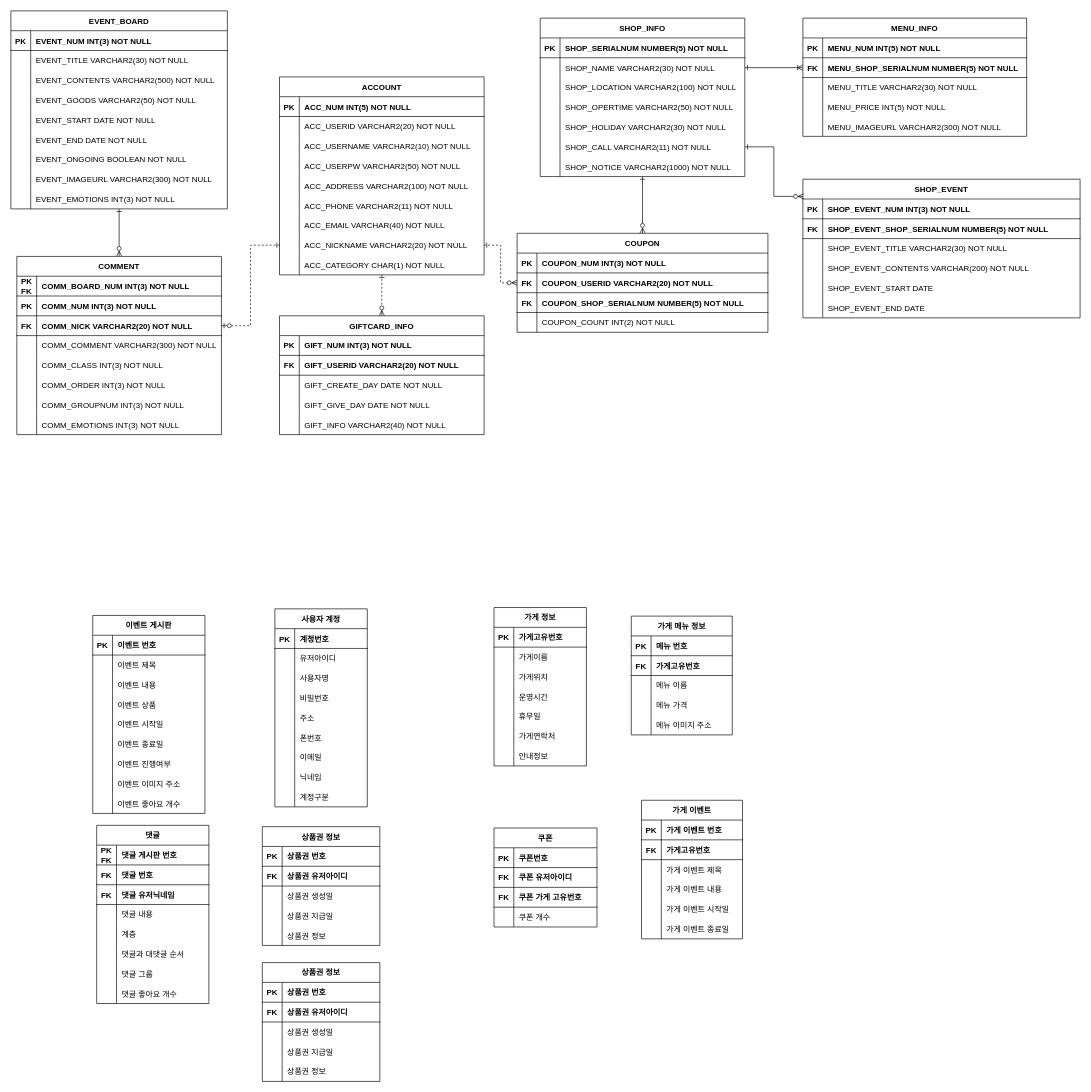
jgy2808/TERM_Project keeps this draw.io diagram as page "ENGLISH" (1 of 2) of ERD_capstone.drawio. Above is the earlier version. Source tidied: cells renumbered, new cells numbered last; positions are measured from the earlier drawing's top-left corner, leaving out a move shared by most shapes. Both pictures are drawn from the tidied source at 66%, with x=0, y=0 at pixel (11, 11).
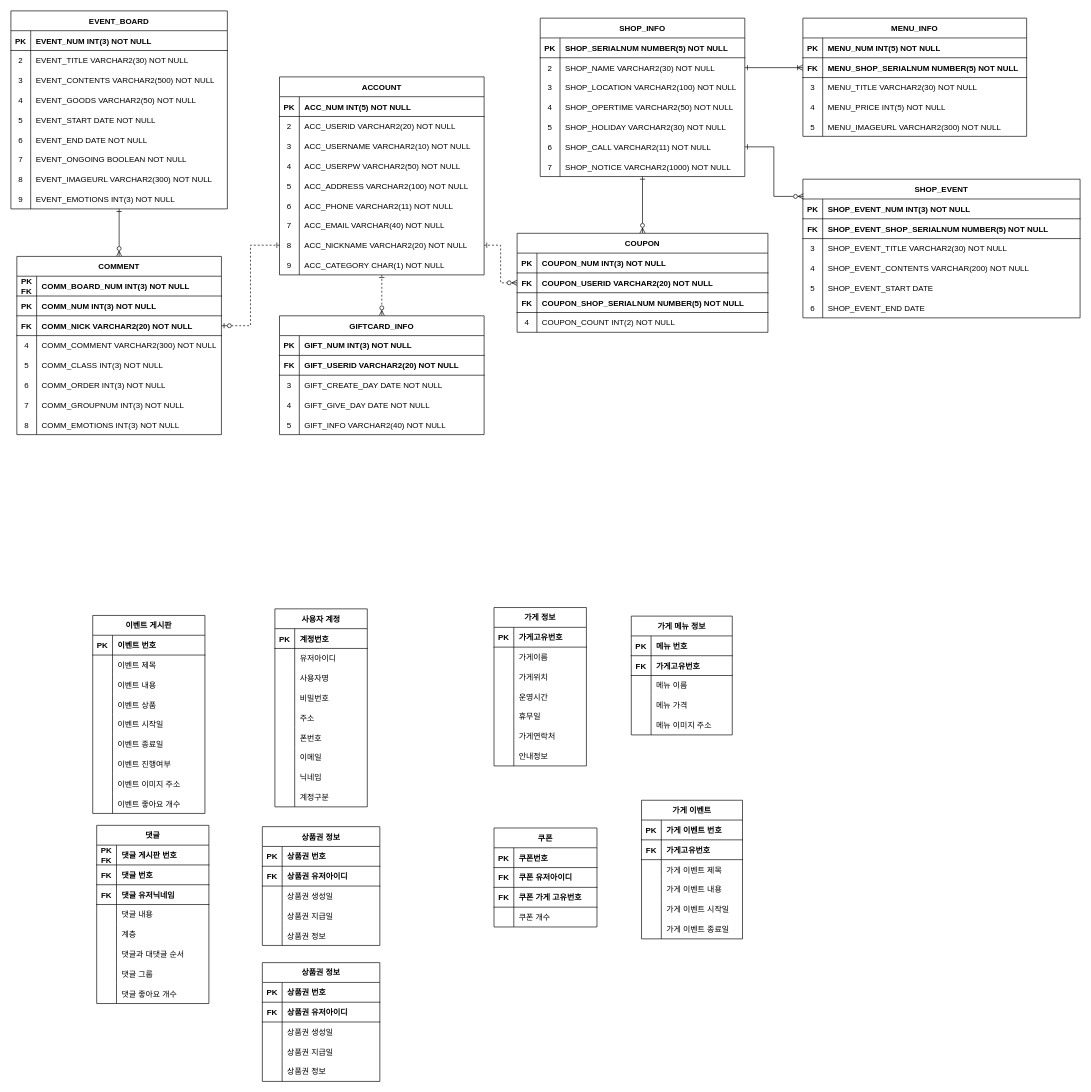
Above is the later version.

The change refers to these unchanged cells:
```xml
<mxCell id="7" style="shape=partialRectangle;fillColor=none;top=0;left=0;right=0;bottom=0;" parent="3" vertex="1">
<mxCell id="10" style="shape=partialRectangle;fillColor=none;top=0;left=0;right=0;bottom=0;" parent="3" vertex="1">
<mxCell id="13" style="shape=partialRectangle;fillColor=none;top=0;left=0;right=0;bottom=0;" parent="3" vertex="1">
<mxCell id="16" style="shape=partialRectangle;fillColor=none;top=0;left=0;right=0;bottom=0;" parent="3" vertex="1">
<mxCell id="19" style="shape=partialRectangle;fillColor=none;top=0;left=0;right=0;bottom=0;" parent="3" vertex="1">
<mxCell id="22" style="shape=partialRectangle;fillColor=none;top=0;left=0;right=0;bottom=0;" parent="3" vertex="1">
<mxCell id="25" style="shape=partialRectangle;fillColor=none;points=[[0,0.5],[1,0.5]];portConstraint=eastwest;top=0;left=0;right=0;bottom=0;" parent="3" vertex="1">
<mxCell id="28" style="shape=partialRectangle;fillColor=none;top=0;left=0;right=0;bottom=0;" parent="3" vertex="1">
<mxCell id="36" style="shape=partialRectangle;fillColor=none;top=0;left=0;right=0;bottom=0;" parent="32" vertex="1">
<mxCell id="39" style="shape=partialRectangle;fillColor=none;top=0;left=0;right=0;bottom=0;" parent="32" vertex="1">
<mxCell id="42" style="shape=partialRectangle;fillColor=none;top=0;left=0;right=0;bottom=0;" parent="32" vertex="1">
<mxCell id="45" style="shape=partialRectangle;fillColor=none;top=0;left=0;right=0;bottom=0;" parent="32" vertex="1">
<mxCell id="48" style="shape=partialRectangle;fillColor=none;top=0;left=0;right=0;bottom=0;" parent="32" vertex="1">
<mxCell id="51" style="shape=partialRectangle;fillColor=none;top=0;left=0;right=0;bottom=0;" parent="32" vertex="1">
<mxCell id="54" style="shape=partialRectangle;fillColor=none;top=0;left=0;right=0;bottom=0;" parent="32" vertex="1">
<mxCell id="57" style="shape=partialRectangle;fillColor=none;top=0;left=0;right=0;bottom=0;" parent="32" vertex="1">
<mxCell id="65" style="shape=partialRectangle;fillColor=none;points=[[0,0.5],[1,0.5]];portConstraint=eastwest;top=0;left=0;right=0;bottom=0;" parent="61" vertex="1">
<mxCell id="68" style="shape=partialRectangle;fillColor=none;top=0;left=0;right=0;bottom=0;" parent="61" vertex="1">
<mxCell id="71" style="shape=partialRectangle;fillColor=none;top=0;left=0;right=0;bottom=0;" parent="61" vertex="1">
<mxCell id="74" style="shape=partialRectangle;fillColor=none;top=0;left=0;right=0;bottom=0;" parent="61" vertex="1">
<mxCell id="77" style="shape=partialRectangle;fillColor=none;points=[[0,0.5],[1,0.5]];portConstraint=eastwest;top=0;left=0;right=0;bottom=0;" parent="61" vertex="1">
<mxCell id="80" style="shape=partialRectangle;fillColor=none;top=0;left=0;right=0;bottom=0;" parent="61" vertex="1">
<mxCell id="93" style="shape=partialRectangle;fillColor=none;top=0;left=0;right=0;bottom=0;" parent="83" vertex="1">
<mxCell id="96" style="shape=partialRectangle;fillColor=none;top=0;left=0;right=0;bottom=0;" parent="83" vertex="1">
<mxCell id="99" style="shape=partialRectangle;fillColor=none;top=0;left=0;right=0;bottom=0;" parent="83" vertex="1">
<mxCell id="102" style="shape=partialRectangle;fillColor=none;top=0;left=0;right=0;bottom=0;" parent="83" vertex="1">
<mxCell id="105" style="shape=partialRectangle;fillColor=none;top=0;left=0;right=0;bottom=0;" parent="83" vertex="1">
<mxCell id="218" style="shape=partialRectangle;fillColor=none;top=0;left=0;right=0;bottom=0;" parent="211" vertex="1">
<mxCell id="221" style="shape=partialRectangle;fillColor=none;top=0;left=0;right=0;bottom=0;" parent="211" vertex="1">
<mxCell id="224" style="shape=partialRectangle;fillColor=none;top=0;left=0;right=0;bottom=0;" parent="211" vertex="1">
<mxCell id="253" style="shape=partialRectangle;fillColor=none;top=0;left=0;right=0;bottom=0;" parent="243" vertex="1">
<mxCell id="264" style="shape=partialRectangle;fillColor=none;top=0;left=0;right=0;bottom=0;" parent="257" vertex="1">
<mxCell id="267" style="shape=partialRectangle;fillColor=none;top=0;left=0;right=0;bottom=0;" parent="257" vertex="1">
<mxCell id="270" style="shape=partialRectangle;fillColor=none;top=0;left=0;right=0;bottom=0;" parent="257" vertex="1">
<mxCell id="309" style="shape=partialRectangle;fillColor=none;top=0;left=0;right=0;bottom=0;" parent="302" vertex="1">
<mxCell id="312" style="shape=partialRectangle;fillColor=none;top=0;left=0;right=0;bottom=0;" parent="302" vertex="1">
<mxCell id="315" style="shape=partialRectangle;fillColor=none;top=0;left=0;right=0;bottom=0;" parent="302" vertex="1">
<mxCell id="318" style="shape=partialRectangle;fillColor=none;top=0;left=0;right=0;bottom=0;" parent="302" vertex="1">
```

The edit, as a diff of the source:
```diff
@@
-    <mxCell id="8" style="shape=partialRectangle;overflow=hidden;fillColor=none;top=0;left=0;bottom=0;right=0;" parent="7" vertex="1">
+    <mxCell id="8" value="2" style="shape=partialRectangle;overflow=hidden;fillColor=none;top=0;left=0;bottom=0;right=0;" parent="7" vertex="1">
       <mxGeometry width="30" height="30" as="geometry" />
     </mxCell>
@@
-    <mxCell id="11" style="shape=partialRectangle;overflow=hidden;fillColor=none;top=0;left=0;bottom=0;right=0;" parent="10" vertex="1">
+    <mxCell id="11" value="3" style="shape=partialRectangle;overflow=hidden;fillColor=none;top=0;left=0;bottom=0;right=0;" parent="10" vertex="1">
       <mxGeometry width="30" height="30" as="geometry" />
     </mxCell>
@@
-    <mxCell id="14" style="shape=partialRectangle;overflow=hidden;fillColor=none;top=0;left=0;bottom=0;right=0;" parent="13" vertex="1">
+    <mxCell id="14" value="4" style="shape=partialRectangle;overflow=hidden;fillColor=none;top=0;left=0;bottom=0;right=0;" parent="13" vertex="1">
       <mxGeometry width="30" height="30" as="geometry" />
     </mxCell>
@@
-    <mxCell id="17" style="shape=partialRectangle;overflow=hidden;fillColor=none;top=0;left=0;bottom=0;right=0;" parent="16" vertex="1">
+    <mxCell id="17" value="5" style="shape=partialRectangle;overflow=hidden;fillColor=none;top=0;left=0;bottom=0;right=0;" parent="16" vertex="1">
       <mxGeometry width="30" height="30" as="geometry" />
     </mxCell>
@@
-    <mxCell id="20" style="shape=partialRectangle;overflow=hidden;fillColor=none;top=0;left=0;bottom=0;right=0;" parent="19" vertex="1">
+    <mxCell id="20" value="6" style="shape=partialRectangle;overflow=hidden;fillColor=none;top=0;left=0;bottom=0;right=0;" parent="19" vertex="1">
       <mxGeometry width="30" height="30" as="geometry" />
     </mxCell>
@@
-    <mxCell id="23" style="shape=partialRectangle;overflow=hidden;fillColor=none;top=0;left=0;bottom=0;right=0;" parent="22" vertex="1">
+    <mxCell id="23" value="7" style="shape=partialRectangle;overflow=hidden;fillColor=none;top=0;left=0;bottom=0;right=0;" parent="22" vertex="1">
       <mxGeometry width="30" height="30" as="geometry" />
     </mxCell>
@@
-    <mxCell id="26" style="shape=partialRectangle;overflow=hidden;fillColor=none;top=0;left=0;bottom=0;right=0;" parent="25" vertex="1">
+    <mxCell id="26" value="8" style="shape=partialRectangle;overflow=hidden;fillColor=none;top=0;left=0;bottom=0;right=0;" parent="25" vertex="1">
       <mxGeometry width="30" height="30" as="geometry" />
     </mxCell>
@@
-    <mxCell id="29" style="shape=partialRectangle;overflow=hidden;fillColor=none;top=0;left=0;bottom=0;right=0;" parent="28" vertex="1">
+    <mxCell id="29" value="9" style="shape=partialRectangle;overflow=hidden;fillColor=none;top=0;left=0;bottom=0;right=0;" parent="28" vertex="1">
       <mxGeometry width="30" height="30" as="geometry" />
     </mxCell>
@@
-    <mxCell id="37" style="shape=partialRectangle;overflow=hidden;fillColor=none;top=0;left=0;bottom=0;right=0;" parent="36" vertex="1">
+    <mxCell id="37" value="2" style="shape=partialRectangle;overflow=hidden;fillColor=none;top=0;left=0;bottom=0;right=0;" parent="36" vertex="1">
       <mxGeometry width="30" height="30" as="geometry" />
     </mxCell>
@@
-    <mxCell id="40" style="shape=partialRectangle;overflow=hidden;fillColor=none;top=0;left=0;bottom=0;right=0;" parent="39" vertex="1">
+    <mxCell id="40" value="3" style="shape=partialRectangle;overflow=hidden;fillColor=none;top=0;left=0;bottom=0;right=0;" parent="39" vertex="1">
       <mxGeometry width="30" height="30" as="geometry" />
     </mxCell>
@@
-    <mxCell id="43" style="shape=partialRectangle;overflow=hidden;fillColor=none;top=0;left=0;bottom=0;right=0;" parent="42" vertex="1">
+    <mxCell id="43" value="4" style="shape=partialRectangle;overflow=hidden;fillColor=none;top=0;left=0;bottom=0;right=0;" parent="42" vertex="1">
       <mxGeometry width="30" height="30" as="geometry" />
     </mxCell>
@@
-    <mxCell id="46" style="shape=partialRectangle;overflow=hidden;fillColor=none;top=0;left=0;bottom=0;right=0;" parent="45" vertex="1">
+    <mxCell id="46" value="5" style="shape=partialRectangle;overflow=hidden;fillColor=none;top=0;left=0;bottom=0;right=0;" parent="45" vertex="1">
       <mxGeometry width="30" height="30" as="geometry" />
     </mxCell>
@@
-    <mxCell id="49" style="shape=partialRectangle;overflow=hidden;fillColor=none;top=0;left=0;bottom=0;right=0;" parent="48" vertex="1">
+    <mxCell id="49" value="6" style="shape=partialRectangle;overflow=hidden;fillColor=none;top=0;left=0;bottom=0;right=0;" parent="48" vertex="1">
       <mxGeometry width="30" height="30" as="geometry" />
     </mxCell>
@@
-    <mxCell id="52" style="shape=partialRectangle;overflow=hidden;fillColor=none;top=0;left=0;bottom=0;right=0;" parent="51" vertex="1">
+    <mxCell id="52" value="7" style="shape=partialRectangle;overflow=hidden;fillColor=none;top=0;left=0;bottom=0;right=0;" parent="51" vertex="1">
       <mxGeometry width="30" height="30" as="geometry" />
     </mxCell>
@@
-    <mxCell id="55" style="shape=partialRectangle;overflow=hidden;fillColor=none;top=0;left=0;bottom=0;right=0;" parent="54" vertex="1">
+    <mxCell id="55" value="8" style="shape=partialRectangle;overflow=hidden;fillColor=none;top=0;left=0;bottom=0;right=0;" parent="54" vertex="1">
       <mxGeometry width="30" height="30" as="geometry" />
     </mxCell>
@@
-    <mxCell id="58" style="shape=partialRectangle;overflow=hidden;fillColor=none;top=0;left=0;bottom=0;right=0;" parent="57" vertex="1">
+    <mxCell id="58" value="9" style="shape=partialRectangle;overflow=hidden;fillColor=none;top=0;left=0;bottom=0;right=0;" parent="57" vertex="1">
       <mxGeometry width="30" height="30" as="geometry" />
     </mxCell>
@@
-    <mxCell id="66" style="shape=partialRectangle;overflow=hidden;fillColor=none;top=0;left=0;bottom=0;right=0;" parent="65" vertex="1">
+    <mxCell id="66" value="2" style="shape=partialRectangle;overflow=hidden;fillColor=none;top=0;left=0;bottom=0;right=0;" parent="65" vertex="1">
       <mxGeometry width="30" height="30" as="geometry" />
     </mxCell>
@@
-    <mxCell id="69" style="shape=partialRectangle;overflow=hidden;fillColor=none;top=0;left=0;bottom=0;right=0;" parent="68" vertex="1">
+    <mxCell id="69" value="3" style="shape=partialRectangle;overflow=hidden;fillColor=none;top=0;left=0;bottom=0;right=0;" parent="68" vertex="1">
       <mxGeometry width="30" height="30" as="geometry" />
     </mxCell>
@@
-    <mxCell id="72" style="shape=partialRectangle;overflow=hidden;fillColor=none;top=0;left=0;bottom=0;right=0;" parent="71" vertex="1">
+    <mxCell id="72" value="4" style="shape=partialRectangle;overflow=hidden;fillColor=none;top=0;left=0;bottom=0;right=0;" parent="71" vertex="1">
       <mxGeometry width="30" height="30" as="geometry" />
     </mxCell>
@@
-    <mxCell id="75" style="shape=partialRectangle;overflow=hidden;fillColor=none;top=0;left=0;bottom=0;right=0;" parent="74" vertex="1">
+    <mxCell id="75" value="5" style="shape=partialRectangle;overflow=hidden;fillColor=none;top=0;left=0;bottom=0;right=0;" parent="74" vertex="1">
       <mxGeometry width="30" height="30" as="geometry" />
     </mxCell>
@@
-    <mxCell id="78" style="shape=partialRectangle;overflow=hidden;fillColor=none;top=0;left=0;bottom=0;right=0;" parent="77" vertex="1">
+    <mxCell id="78" value="6" style="shape=partialRectangle;overflow=hidden;fillColor=none;top=0;left=0;bottom=0;right=0;" parent="77" vertex="1">
       <mxGeometry width="30" height="30" as="geometry" />
     </mxCell>
@@
-    <mxCell id="81" style="shape=partialRectangle;overflow=hidden;fillColor=none;top=0;left=0;bottom=0;right=0;" parent="80" vertex="1">
+    <mxCell id="81" value="7" style="shape=partialRectangle;overflow=hidden;fillColor=none;top=0;left=0;bottom=0;right=0;" parent="80" vertex="1">
       <mxGeometry width="30" height="30" as="geometry" />
     </mxCell>
@@
-    <mxCell id="94" style="shape=partialRectangle;overflow=hidden;fillColor=none;top=0;left=0;bottom=0;right=0;" parent="93" vertex="1">
+    <mxCell id="94" value="4" style="shape=partialRectangle;overflow=hidden;fillColor=none;top=0;left=0;bottom=0;right=0;" parent="93" vertex="1">
       <mxGeometry width="30" height="30" as="geometry" />
     </mxCell>
@@
-    <mxCell id="97" style="shape=partialRectangle;overflow=hidden;fillColor=none;top=0;left=0;bottom=0;right=0;" parent="96" vertex="1">
+    <mxCell id="97" value="5" style="shape=partialRectangle;overflow=hidden;fillColor=none;top=0;left=0;bottom=0;right=0;" parent="96" vertex="1">
       <mxGeometry width="30" height="30" as="geometry" />
     </mxCell>
@@
-    <mxCell id="100" style="shape=partialRectangle;overflow=hidden;fillColor=none;top=0;left=0;bottom=0;right=0;" parent="99" vertex="1">
+    <mxCell id="100" value="6" style="shape=partialRectangle;overflow=hidden;fillColor=none;top=0;left=0;bottom=0;right=0;" parent="99" vertex="1">
       <mxGeometry width="30" height="30" as="geometry" />
     </mxCell>
@@
-    <mxCell id="103" style="shape=partialRectangle;overflow=hidden;fillColor=none;top=0;left=0;bottom=0;right=0;" parent="102" vertex="1">
+    <mxCell id="103" value="7" style="shape=partialRectangle;overflow=hidden;fillColor=none;top=0;left=0;bottom=0;right=0;" parent="102" vertex="1">
       <mxGeometry width="30" height="30" as="geometry" />
     </mxCell>
@@
-    <mxCell id="106" style="shape=partialRectangle;overflow=hidden;fillColor=none;top=0;left=0;bottom=0;right=0;" parent="105" vertex="1">
+    <mxCell id="106" value="8" style="shape=partialRectangle;overflow=hidden;fillColor=none;top=0;left=0;bottom=0;right=0;" parent="105" vertex="1">
       <mxGeometry width="30" height="30" as="geometry" />
     </mxCell>
@@
-    <mxCell id="219" style="shape=partialRectangle;overflow=hidden;fillColor=none;top=0;left=0;bottom=0;right=0;" parent="218" vertex="1">
+    <mxCell id="219" value="3" style="shape=partialRectangle;overflow=hidden;fillColor=none;top=0;left=0;bottom=0;right=0;" parent="218" vertex="1">
       <mxGeometry width="30" height="30" as="geometry" />
     </mxCell>
@@
-    <mxCell id="222" style="shape=partialRectangle;overflow=hidden;fillColor=none;top=0;left=0;bottom=0;right=0;" parent="221" vertex="1">
+    <mxCell id="222" value="4" style="shape=partialRectangle;overflow=hidden;fillColor=none;top=0;left=0;bottom=0;right=0;" parent="221" vertex="1">
       <mxGeometry width="30" height="30" as="geometry" />
     </mxCell>
@@
-    <mxCell id="225" style="shape=partialRectangle;overflow=hidden;fillColor=none;top=0;left=0;bottom=0;right=0;" parent="224" vertex="1">
+    <mxCell id="225" value="5" style="shape=partialRectangle;overflow=hidden;fillColor=none;top=0;left=0;bottom=0;right=0;" parent="224" vertex="1">
       <mxGeometry width="30" height="30" as="geometry" />
     </mxCell>
@@
-    <mxCell id="254" style="shape=partialRectangle;overflow=hidden;fillColor=none;top=0;left=0;bottom=0;right=0;" parent="253" vertex="1">
+    <mxCell id="254" value="4" style="shape=partialRectangle;overflow=hidden;fillColor=none;top=0;left=0;bottom=0;right=0;" parent="253" vertex="1">
       <mxGeometry width="30" height="30" as="geometry" />
     </mxCell>
@@
-    <mxCell id="265" style="shape=partialRectangle;overflow=hidden;fillColor=none;top=0;left=0;bottom=0;right=0;" parent="264" vertex="1">
+    <mxCell id="265" value="3" style="shape=partialRectangle;overflow=hidden;fillColor=none;top=0;left=0;bottom=0;right=0;" parent="264" vertex="1">
       <mxGeometry width="30" height="30" as="geometry" />
     </mxCell>
@@
-    <mxCell id="268" style="shape=partialRectangle;overflow=hidden;fillColor=none;top=0;left=0;bottom=0;right=0;" parent="267" vertex="1">
+    <mxCell id="268" value="4" style="shape=partialRectangle;overflow=hidden;fillColor=none;top=0;left=0;bottom=0;right=0;" parent="267" vertex="1">
       <mxGeometry width="30" height="30" as="geometry" />
     </mxCell>
@@
-    <mxCell id="271" style="shape=partialRectangle;overflow=hidden;fillColor=none;top=0;left=0;bottom=0;right=0;" parent="270" vertex="1">
+    <mxCell id="271" value="5" style="shape=partialRectangle;overflow=hidden;fillColor=none;top=0;left=0;bottom=0;right=0;" parent="270" vertex="1">
       <mxGeometry width="30" height="29" as="geometry" />
     </mxCell>
@@
-    <mxCell id="310" style="shape=partialRectangle;overflow=hidden;fillColor=none;top=0;left=0;bottom=0;right=0;" parent="309" vertex="1">
+    <mxCell id="310" value="3" style="shape=partialRectangle;overflow=hidden;fillColor=none;top=0;left=0;bottom=0;right=0;" parent="309" vertex="1">
       <mxGeometry width="30" height="30" as="geometry" />
     </mxCell>
@@
-    <mxCell id="313" style="shape=partialRectangle;overflow=hidden;fillColor=none;top=0;left=0;bottom=0;right=0;" parent="312" vertex="1">
+    <mxCell id="313" value="4" style="shape=partialRectangle;overflow=hidden;fillColor=none;top=0;left=0;bottom=0;right=0;" parent="312" vertex="1">
       <mxGeometry width="30" height="30" as="geometry" />
     </mxCell>
@@
-    <mxCell id="316" style="shape=partialRectangle;overflow=hidden;fillColor=none;top=0;left=0;bottom=0;right=0;" parent="315" vertex="1">
+    <mxCell id="316" value="5" style="shape=partialRectangle;overflow=hidden;fillColor=none;top=0;left=0;bottom=0;right=0;" parent="315" vertex="1">
       <mxGeometry width="30" height="30" as="geometry" />
     </mxCell>
@@
-    <mxCell id="319" style="shape=partialRectangle;overflow=hidden;fillColor=none;top=0;left=0;bottom=0;right=0;" parent="318" vertex="1">
+    <mxCell id="319" value="6" style="shape=partialRectangle;overflow=hidden;fillColor=none;top=0;left=0;bottom=0;right=0;" parent="318" vertex="1">
       <mxGeometry width="30" height="30" as="geometry" />
     </mxCell>
```
